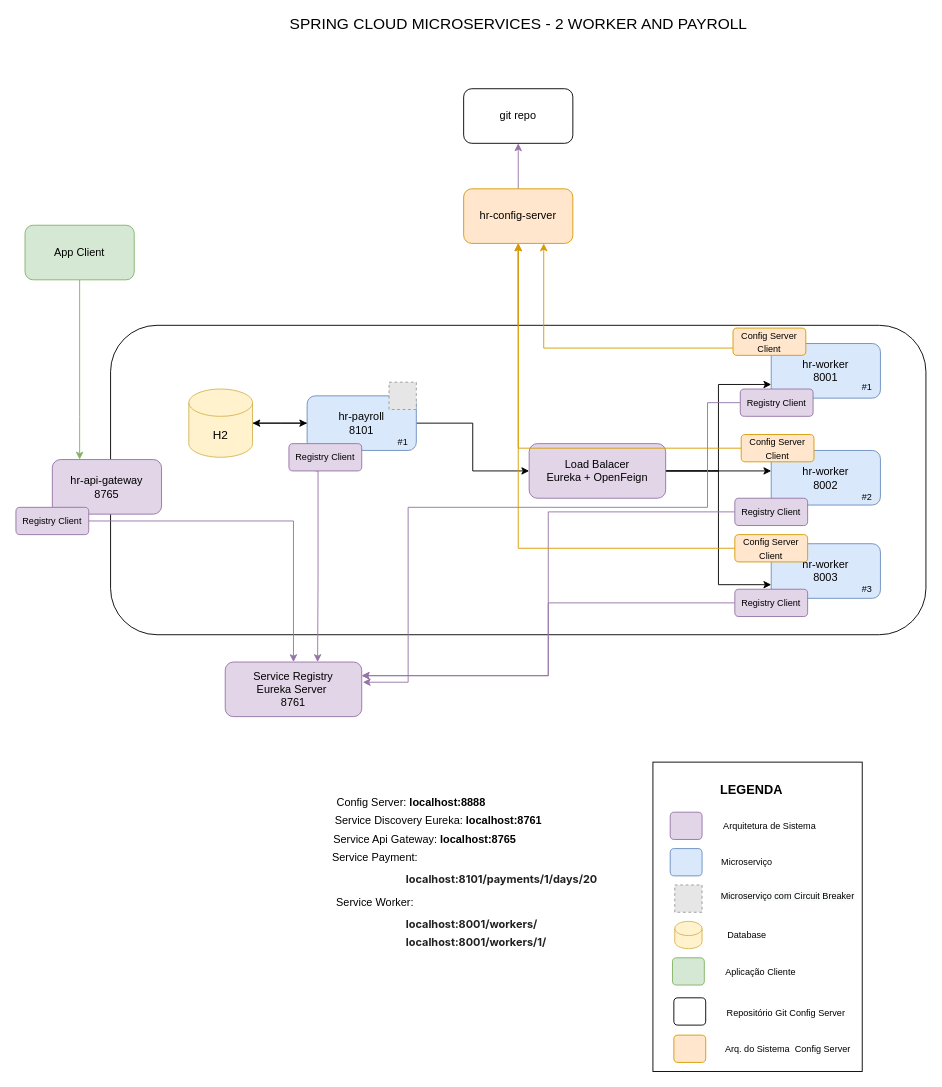
Above: Diagrama Microservico 2.drawio in CarlosRobertoMedeiros/study-microservice-springcloud-2 (draw.io), before the change. Source tidied: cells renumbered, new cells numbered last; positions are measured from the earlier drawing's top-left corner, leaving out a move shared by most shapes. Both pictures are drawn from the tidied source at 91%, with x=0, y=0 at pixel (15, 15). Pictures stored in the file or linked from it are replaced by grey dashed boxes.
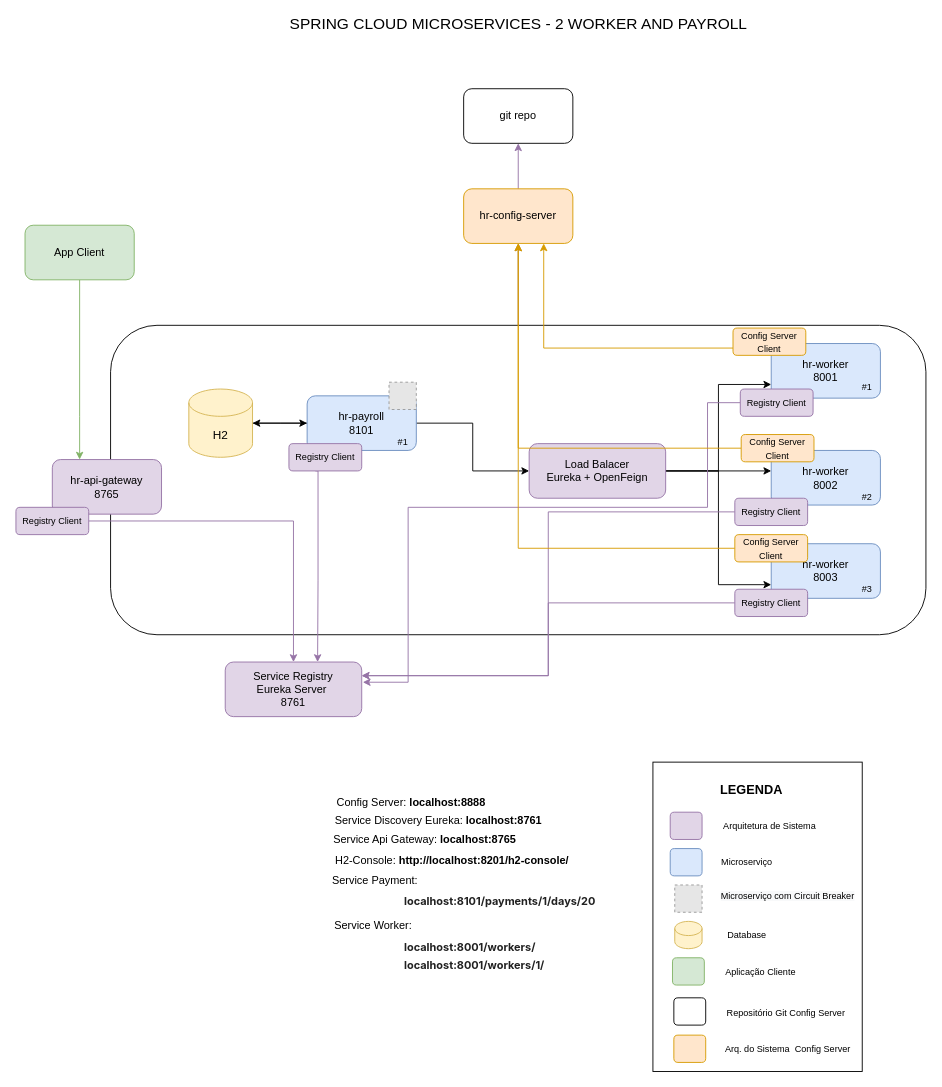
Above is the later version.

The edit, as a diff of the source:
```diff
@@
     <mxCell id="50" value="Service Payment:&amp;nbsp;" style="text;html=1;align=center;verticalAlign=middle;strokeColor=none;fillColor=none;" parent="1" vertex="1">
-      <mxGeometry x="341" y="915" width="110" height="20" as="geometry" />
+      <mxGeometry x="341" y="940" width="110" height="20" as="geometry" />
     </mxCell>
     <mxCell id="51" value="&lt;span style=&quot;color: rgb(33 , 33 , 33) ; font-family: &amp;#34;inter&amp;#34; , &amp;#34;opensans&amp;#34; , &amp;#34;helvetica&amp;#34; , &amp;#34;arial&amp;#34; , sans-serif ; font-size: 12px ; font-style: normal ; letter-spacing: normal ; text-align: left ; text-indent: 0px ; text-transform: none ; word-spacing: 0px ; background-color: rgb(255 , 255 , 255) ; display: inline ; float: none&quot;&gt;&lt;b&gt;localhost:8101/payments/1/days/20&lt;/b&gt;&lt;br&gt;&lt;/span&gt;" style="text;whiteSpace=wrap;html=1;" parent="1" vertex="1">
-      <mxGeometry x="427" y="935" width="190" height="40" as="geometry" />
+      <mxGeometry x="425" y="960" width="190" height="40" as="geometry" />
     </mxCell>
     <mxCell id="52" value="&lt;b style=&quot;color: rgb(33 , 33 , 33) ; font-family: &amp;#34;inter&amp;#34; , &amp;#34;opensans&amp;#34; , &amp;#34;helvetica&amp;#34; , &amp;#34;arial&amp;#34; , sans-serif ; font-size: 12px ; font-style: normal ; letter-spacing: normal ; text-align: left ; text-indent: 0px ; text-transform: none ; word-spacing: 0px&quot;&gt;localhost:8001/workers/&lt;/b&gt;" style="text;whiteSpace=wrap;html=1;" parent="1" vertex="1">
-      <mxGeometry x="427" y="985" width="170" height="30" as="geometry" />
+      <mxGeometry x="425" y="1010" width="170" height="30" as="geometry" />
     </mxCell>
     <mxCell id="53" value="Service Worker:&amp;nbsp;" style="text;html=1;align=center;verticalAlign=middle;strokeColor=none;fillColor=none;" parent="1" vertex="1">
-      <mxGeometry x="346" y="965" width="100" height="20" as="geometry" />
+      <mxGeometry x="344" y="990" width="100" height="20" as="geometry" />
     </mxCell>
     <mxCell id="54" value="&lt;b style=&quot;color: rgb(33, 33, 33); font-family: inter, opensans, helvetica, arial, sans-serif; font-size: 12px; font-style: normal; letter-spacing: normal; text-align: left; text-indent: 0px; text-transform: none; word-spacing: 0px;&quot;&gt;localhost:8001/workers/1/&lt;/b&gt;" style="text;whiteSpace=wrap;html=1;" parent="1" vertex="1">
-      <mxGeometry x="427" y="1005" width="170" height="30" as="geometry" />
+      <mxGeometry x="425" y="1030" width="170" height="30" as="geometry" />
     </mxCell>
@@
+    <mxCell id="70" value="H2-Console:&amp;nbsp;&lt;b&gt;http://localhost:8201/h2-console/&lt;/b&gt;" style="text;html=1;align=center;verticalAlign=middle;strokeColor=none;fillColor=none;" parent="1" vertex="1">
+      <mxGeometry x="344" y="918" width="270" height="20" as="geometry" />
+    </mxCell>
```
